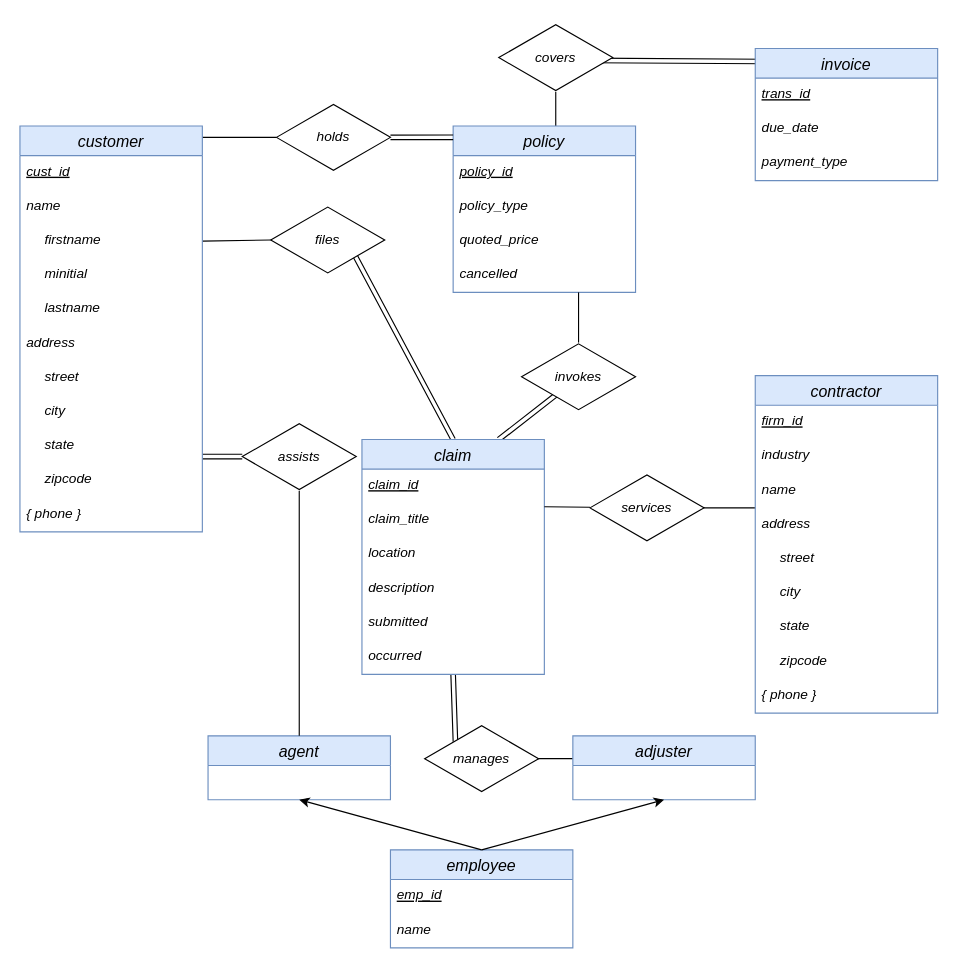
This is ER_Diagram/DrawIO/Asadoorian_ERD.drawio from ema323-lehigh/county-garden, a draw.io file, before an edit. Source tidied: cells renumbered, new cells numbered last; positions are measured from the earlier drawing's top-left corner, leaving out a move shared by most shapes. Both pictures are drawn from the tidied source at 114%, with x=0, y=0 at pixel (19, 23).
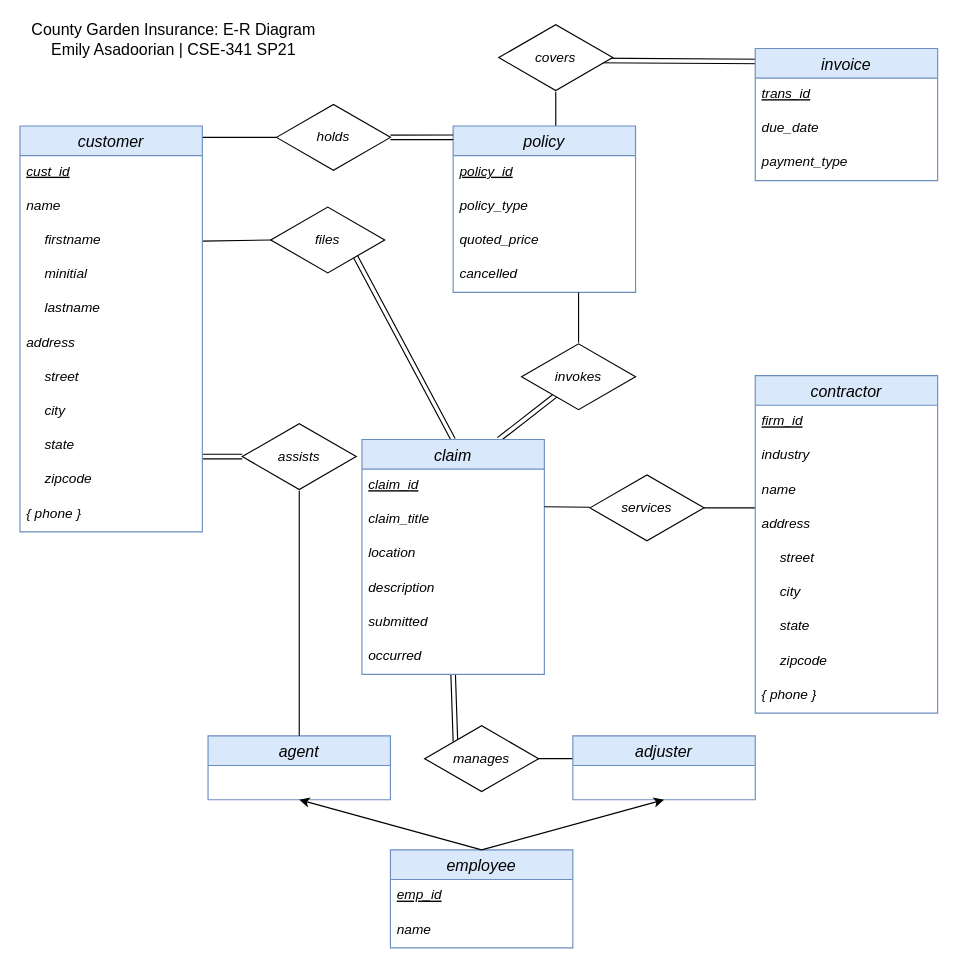
The same page after the edit.

Commit message:
Add title/info text

Change to the diagram source:
```diff
@@
+    <mxCell id="68" value="&lt;div style=&quot;font-size: 14px;&quot;&gt;County Garden Insurance: E-R Diagram&lt;/div&gt;&lt;div style=&quot;font-size: 14px;&quot;&gt;Emily Asadoorian | CSE-341 SP21&lt;br style=&quot;font-size: 14px;&quot;&gt;&lt;/div&gt;" style="text;html=1;strokeColor=none;fillColor=none;align=center;verticalAlign=middle;whiteSpace=wrap;rounded=0;fontSize=14;" parent="1" vertex="1">
+      <mxGeometry y="2" width="270" height="23" as="geometry" />
+    </mxCell>
```
